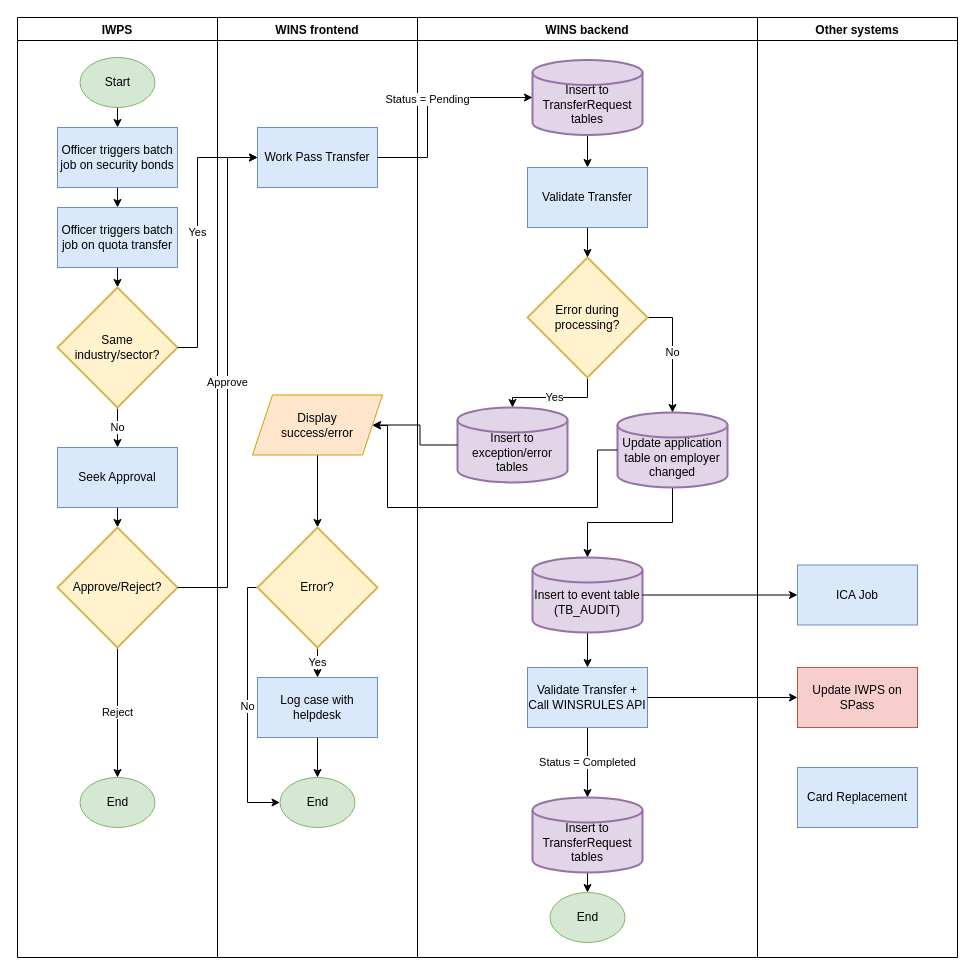
Before: main/workpasstransfer.drawio in joselynlim/drawio, a draw.io diagram. Source tidied: cells renumbered, new cells numbered last; positions are measured from the earlier drawing's top-left corner, leaving out a move shared by most shapes. Both pictures are drawn from the tidied source at 100%, with x=0, y=0 at pixel (17, 17).
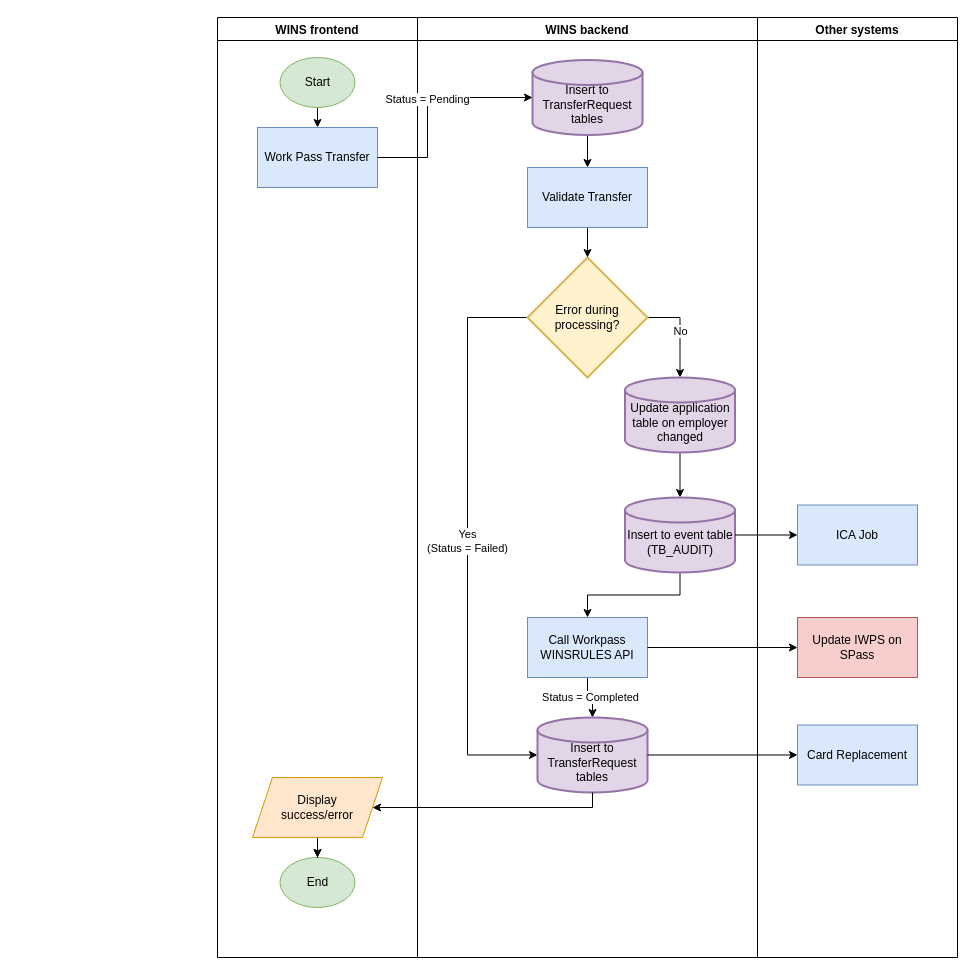
Above is the later version.

Unchanged cells that the change refers to:
```xml
<mxCell id="16" value="WINS frontend" style="swimlane;" parent="1" vertex="1">
  <mxGeometry x="200" width="200" height="940" as="geometry" />
</mxCell>
<mxCell id="17" value="Work Pass Transfer" style="rounded=0;whiteSpace=wrap;html=1;fillColor=#dae8fc;strokeColor=#6c8ebf;" parent="16" vertex="1">
  <mxGeometry x="40" y="110" width="120" height="60" as="geometry" />
</mxCell>
<mxCell id="26" value="WINS backend" style="swimlane;" parent="1" vertex="1">
  <mxGeometry x="400" width="340" height="940" as="geometry" />
</mxCell>
<mxCell id="31" value="Error during processing?" style="strokeWidth=2;html=1;shape=mxgraph.flowchart.decision;whiteSpace=wrap;fillColor=#fff2cc;strokeColor=#d6b656;" parent="26" vertex="1">
  <mxGeometry x="110" y="240" width="120" height="120" as="geometry" />
</mxCell>
<mxCell id="44" value="Other systems" style="swimlane;" parent="1" vertex="1">
  <mxGeometry x="740" width="200" height="940" as="geometry" />
</mxCell>
```

Change to the diagram source:
```diff
@@
-    <mxCell id="2" value="IWPS" style="swimlane;" parent="1" vertex="1">
-      <mxGeometry width="200" height="940" as="geometry" />
-    </mxCell>
-    <mxCell id="3" style="edgeStyle=orthogonalEdgeStyle;rounded=0;jettySize=auto;html=1;exitX=0.5;exitY=1;exitDx=0;exitDy=0;entryX=0.5;entryY=0;entryDx=0;entryDy=0;" parent="2" edge="1" source="4" target="6">
-      <mxGeometry relative="1" as="geometry" />
-    </mxCell>
-    <mxCell id="4" value="Start" style="ellipse;whiteSpace=wrap;html=1;fillColor=#d5e8d4;strokeColor=#82b366;" parent="2" vertex="1">
-      <mxGeometry x="62.5" y="40" width="75" height="50" as="geometry" />
-    </mxCell>
-    <mxCell id="5" style="edgeStyle=orthogonalEdgeStyle;rounded=0;jettySize=auto;html=1;exitX=0.5;exitY=1;exitDx=0;exitDy=0;entryX=0.5;entryY=0;entryDx=0;entryDy=0;" parent="2" edge="1" source="6" target="8">
-      <mxGeometry relative="1" as="geometry" />
-    </mxCell>
-    <mxCell id="6" value="Officer triggers batch job on security bonds" style="rounded=0;whiteSpace=wrap;html=1;fillColor=#dae8fc;strokeColor=#6c8ebf;" parent="2" vertex="1">
-      <mxGeometry x="40" y="110" width="120" height="60" as="geometry" />
-    </mxCell>
-    <mxCell id="7" style="edgeStyle=orthogonalEdgeStyle;rounded=0;jettySize=auto;html=1;exitX=0.5;exitY=1;exitDx=0;exitDy=0;entryX=0.5;entryY=0;entryDx=0;entryDy=0;entryPerimeter=0;" parent="2" edge="1" source="8" target="10">
-      <mxGeometry relative="1" as="geometry" />
-    </mxCell>
-    <mxCell id="8" value="Officer triggers batch job on quota transfer" style="rounded=0;whiteSpace=wrap;html=1;fillColor=#dae8fc;strokeColor=#6c8ebf;" parent="2" vertex="1">
-      <mxGeometry x="40" y="190" width="120" height="60" as="geometry" />
-    </mxCell>
-    <mxCell id="9" value="No" style="edgeStyle=orthogonalEdgeStyle;rounded=0;jettySize=auto;html=1;exitX=0.5;exitY=1;exitDx=0;exitDy=0;exitPerimeter=0;entryX=0.5;entryY=0;entryDx=0;entryDy=0;" parent="2" edge="1" source="10" target="12">
-      <mxGeometry relative="1" as="geometry" />
-    </mxCell>
-    <mxCell id="10" value="Same&lt;br&gt;industry/sector?" style="strokeWidth=2;html=1;shape=mxgraph.flowchart.decision;whiteSpace=wrap;fillColor=#fff2cc;strokeColor=#d6b656;" parent="2" vertex="1">
-      <mxGeometry x="40" y="270" width="120" height="120" as="geometry" />
-    </mxCell>
-    <mxCell id="11" style="edgeStyle=orthogonalEdgeStyle;rounded=0;jettySize=auto;html=1;exitX=0.5;exitY=1;exitDx=0;exitDy=0;entryX=0.5;entryY=0;entryDx=0;entryDy=0;entryPerimeter=0;" parent="2" edge="1" source="12" target="14">
-      <mxGeometry relative="1" as="geometry" />
-    </mxCell>
-    <mxCell id="12" value="Seek Approval" style="rounded=0;whiteSpace=wrap;html=1;fillColor=#dae8fc;strokeColor=#6c8ebf;" parent="2" vertex="1">
-      <mxGeometry x="40" y="430" width="120" height="60" as="geometry" />
-    </mxCell>
-    <mxCell id="13" value="Reject" style="edgeStyle=orthogonalEdgeStyle;rounded=0;jettySize=auto;html=1;exitX=0.5;exitY=1;exitDx=0;exitDy=0;exitPerimeter=0;entryX=0.5;entryY=0;entryDx=0;entryDy=0;" parent="2" edge="1" source="14" target="15">
-      <mxGeometry relative="1" as="geometry" />
-    </mxCell>
-    <mxCell id="14" value="Approve/Reject?" style="strokeWidth=2;html=1;shape=mxgraph.flowchart.decision;whiteSpace=wrap;fillColor=#fff2cc;strokeColor=#d6b656;" parent="2" vertex="1">
-      <mxGeometry x="40" y="510" width="120" height="120" as="geometry" />
-    </mxCell>
-    <mxCell id="15" value="End" style="ellipse;whiteSpace=wrap;html=1;fillColor=#d5e8d4;strokeColor=#82b366;" parent="2" vertex="1">
-      <mxGeometry x="62.5" y="760" width="75" height="50" as="geometry" />
-    </mxCell>
@@
     <mxCell id="18" value="End" style="ellipse;whiteSpace=wrap;html=1;fillColor=#d5e8d4;strokeColor=#82b366;" parent="16" vertex="1">
-      <mxGeometry x="62.5" y="760" width="75" height="50" as="geometry" />
+      <mxGeometry x="62.5" y="840" width="75" height="50" as="geometry" />
     </mxCell>
-    <mxCell id="19" style="edgeStyle=orthogonalEdgeStyle;rounded=0;jettySize=auto;html=1;exitX=0.5;exitY=1;exitDx=0;exitDy=0;entryX=0.5;entryY=0;entryDx=0;entryDy=0;entryPerimeter=0;" parent="16" edge="1" source="20" target="23">
-      <mxGeometry relative="1" as="geometry" />
-    </mxCell>
+    <mxCell id="55" style="edgeStyle=orthogonalEdgeStyle;rounded=0;jettySize=auto;html=1;" parent="16" edge="1" source="20" target="18">
+      <mxGeometry relative="1" as="geometry" />
+    </mxCell>
     <mxCell id="20" value="Display&lt;br&gt;success/error" style="shape=parallelogram;perimeter=parallelogramPerimeter;whiteSpace=wrap;html=1;fixedSize=1;fillColor=#ffe6cc;strokeColor=#d79b00;" parent="16" vertex="1">
-      <mxGeometry x="35" y="377.5" width="130" height="60" as="geometry" />
+      <mxGeometry x="35" y="760" width="130" height="60" as="geometry" />
     </mxCell>
-    <mxCell id="21" value="Yes" style="edgeStyle=orthogonalEdgeStyle;rounded=0;jettySize=auto;html=1;exitX=0.5;exitY=1;exitDx=0;exitDy=0;exitPerimeter=0;entryX=0.5;entryY=0;entryDx=0;entryDy=0;" parent="16" edge="1" source="23" target="25">
-      <mxGeometry relative="1" as="geometry" />
-    </mxCell>
-    <mxCell id="22" value="No" style="edgeStyle=orthogonalEdgeStyle;rounded=0;jettySize=auto;html=1;exitX=0;exitY=0.5;exitDx=0;exitDy=0;exitPerimeter=0;entryX=0;entryY=0.5;entryDx=0;entryDy=0;" parent="16" edge="1" source="23" target="18">
-      <mxGeometry relative="1" as="geometry">
-        <Array as="points">
-          <mxPoint x="30" y="570" />
-          <mxPoint x="30" y="785" />
-        </Array>
-      </mxGeometry>
-    </mxCell>
-    <mxCell id="23" value="Error?" style="strokeWidth=2;html=1;shape=mxgraph.flowchart.decision;whiteSpace=wrap;fillColor=#fff2cc;strokeColor=#d6b656;" parent="16" vertex="1">
-      <mxGeometry x="40" y="510" width="120" height="120" as="geometry" />
-    </mxCell>
-    <mxCell id="24" style="edgeStyle=orthogonalEdgeStyle;rounded=0;jettySize=auto;html=1;exitX=0.5;exitY=1;exitDx=0;exitDy=0;entryX=0.5;entryY=0;entryDx=0;entryDy=0;" parent="16" edge="1" source="25" target="18">
-      <mxGeometry relative="1" as="geometry" />
+    <mxCell id="24" style="edgeStyle=orthogonalEdgeStyle;rounded=0;jettySize=auto;html=1;entryX=0.5;entryY=0;entryDx=0;entryDy=0;" parent="16" edge="1" target="18">
+      <mxGeometry relative="1" as="geometry">
+        <mxPoint x="100" y="822.5" as="sourcePoint" />
+      </mxGeometry>
     </mxCell>
-    <mxCell id="25" value="Log case with helpdesk" style="rounded=0;whiteSpace=wrap;html=1;fillColor=#dae8fc;strokeColor=#6c8ebf;" parent="16" vertex="1">
-      <mxGeometry x="40" y="660" width="120" height="60" as="geometry" />
-    </mxCell>
+    <mxCell id="56" style="edgeStyle=orthogonalEdgeStyle;rounded=0;jettySize=auto;html=1;exitX=0.5;exitY=1;exitDx=0;exitDy=0;entryX=0.5;entryY=0;entryDx=0;entryDy=0;" parent="16" edge="1" source="4" target="17">
+      <mxGeometry relative="1" as="geometry" />
+    </mxCell>
+    <mxCell id="4" value="Start" style="ellipse;whiteSpace=wrap;html=1;fillColor=#d5e8d4;strokeColor=#82b366;" parent="16" vertex="1">
+      <mxGeometry x="62.5" y="40" width="75" height="50" as="geometry" />
+    </mxCell>
@@
-    <mxCell id="30" value="Yes" style="edgeStyle=orthogonalEdgeStyle;rounded=0;jettySize=auto;html=1;exitX=0.5;exitY=1;exitDx=0;exitDy=0;exitPerimeter=0;entryX=0.5;entryY=0;entryDx=0;entryDy=0;entryPerimeter=0;" parent="26" edge="1" source="31" target="32">
-      <mxGeometry relative="1" as="geometry" />
-    </mxCell>
+    <mxCell id="57" value="Yes&lt;br&gt;(Status = Failed)" style="edgeStyle=orthogonalEdgeStyle;rounded=0;jettySize=auto;html=1;exitX=0;exitY=0.5;exitDx=0;exitDy=0;exitPerimeter=0;entryX=0;entryY=0.5;entryDx=0;entryDy=0;entryPerimeter=0;" parent="26" edge="1" source="31" target="43">
+      <mxGeometry relative="1" as="geometry">
+        <Array as="points">
+          <mxPoint x="50" y="300" />
+          <mxPoint x="50" y="738" />
+        </Array>
+      </mxGeometry>
+    </mxCell>
@@
-    <mxCell id="32" value="&lt;br&gt;Insert to exception/error tables" style="strokeWidth=2;html=1;shape=mxgraph.flowchart.database;whiteSpace=wrap;fillColor=#e1d5e7;strokeColor=#9673a6;" parent="26" vertex="1">
-      <mxGeometry x="40" y="390" width="110" height="75" as="geometry" />
-    </mxCell>
@@
     <mxCell id="34" value="&lt;br&gt;Update application table on employer changed" style="strokeWidth=2;html=1;shape=mxgraph.flowchart.database;whiteSpace=wrap;fillColor=#e1d5e7;strokeColor=#9673a6;" parent="26" vertex="1">
-      <mxGeometry x="200" y="395" width="110" height="75" as="geometry" />
+      <mxGeometry x="207.5" y="360" width="110" height="75" as="geometry" />
     </mxCell>
@@
     <mxCell id="36" value="&lt;br&gt;Insert to event table (TB_AUDIT)" style="strokeWidth=2;html=1;shape=mxgraph.flowchart.database;whiteSpace=wrap;fillColor=#e1d5e7;strokeColor=#9673a6;" parent="26" vertex="1">
-      <mxGeometry x="115" y="540" width="110" height="75" as="geometry" />
+      <mxGeometry x="207.5" y="480" width="110" height="75" as="geometry" />
     </mxCell>
@@
-    <mxCell id="38" value="Validate Transfer&amp;nbsp;+ Call WINSRULES API" style="rounded=0;whiteSpace=wrap;html=1;fillColor=#dae8fc;strokeColor=#6c8ebf;" parent="26" vertex="1">
-      <mxGeometry x="110" y="650" width="120" height="60" as="geometry" />
+    <mxCell id="38" value="Call Workpass WINSRULES API" style="rounded=0;whiteSpace=wrap;html=1;fillColor=#dae8fc;strokeColor=#6c8ebf;" parent="26" vertex="1">
+      <mxGeometry x="110" y="600" width="120" height="60" as="geometry" />
     </mxCell>
-    <mxCell id="39" value="End" style="ellipse;whiteSpace=wrap;html=1;fillColor=#d5e8d4;strokeColor=#82b366;" parent="26" vertex="1">
-      <mxGeometry x="132.5" y="875" width="75" height="50" as="geometry" />
-    </mxCell>
@@
-    <mxCell id="42" style="edgeStyle=orthogonalEdgeStyle;rounded=0;jettySize=auto;html=1;exitX=0.5;exitY=1;exitDx=0;exitDy=0;exitPerimeter=0;entryX=0.5;entryY=0;entryDx=0;entryDy=0;" parent="26" edge="1" source="43" target="39">
-      <mxGeometry relative="1" as="geometry" />
-    </mxCell>
     <mxCell id="43" value="&lt;br&gt;Insert to TransferRequest tables" style="strokeWidth=2;html=1;shape=mxgraph.flowchart.database;whiteSpace=wrap;fillColor=#e1d5e7;strokeColor=#9673a6;" parent="26" vertex="1">
-      <mxGeometry x="115" y="780" width="110" height="75" as="geometry" />
+      <mxGeometry x="120" y="700" width="110" height="75" as="geometry" />
     </mxCell>
@@
     <mxCell id="45" value="ICA Job" style="rounded=0;whiteSpace=wrap;html=1;fillColor=#dae8fc;strokeColor=#6c8ebf;" parent="44" vertex="1">
-      <mxGeometry x="40" y="547.5" width="120" height="60" as="geometry" />
+      <mxGeometry x="40" y="487.5" width="120" height="60" as="geometry" />
     </mxCell>
     <mxCell id="46" value="Update IWPS on SPass" style="rounded=0;whiteSpace=wrap;html=1;fillColor=#f8cecc;strokeColor=#b85450;" parent="44" vertex="1">
-      <mxGeometry x="40" y="650" width="120" height="60" as="geometry" />
+      <mxGeometry x="40" y="600" width="120" height="60" as="geometry" />
     </mxCell>
     <mxCell id="47" value="Card Replacement" style="rounded=0;whiteSpace=wrap;html=1;fillColor=#dae8fc;strokeColor=#6c8ebf;" parent="44" vertex="1">
-      <mxGeometry x="40" y="750" width="120" height="60" as="geometry" />
+      <mxGeometry x="40" y="707.5" width="120" height="60" as="geometry" />
     </mxCell>
@@
-    <mxCell id="49" value="Approve" style="edgeStyle=orthogonalEdgeStyle;rounded=0;jettySize=auto;html=1;exitX=1;exitY=0.5;exitDx=0;exitDy=0;exitPerimeter=0;entryX=0;entryY=0.5;entryDx=0;entryDy=0;" parent="1" edge="1" source="14" target="17">
-      <mxGeometry relative="1" as="geometry">
-        <Array as="points">
-          <mxPoint x="210" y="570" />
-          <mxPoint x="210" y="140" />
-        </Array>
-      </mxGeometry>
-    </mxCell>
-    <mxCell id="50" value="Yes" style="edgeStyle=orthogonalEdgeStyle;rounded=0;jettySize=auto;html=1;exitX=1;exitY=0.5;exitDx=0;exitDy=0;exitPerimeter=0;entryX=0;entryY=0.5;entryDx=0;entryDy=0;" parent="1" edge="1" source="10" target="17">
-      <mxGeometry relative="1" as="geometry">
-        <Array as="points">
-          <mxPoint x="180" y="330" />
-          <mxPoint x="180" y="140" />
-        </Array>
-      </mxGeometry>
-    </mxCell>
@@
-    <mxCell id="52" style="edgeStyle=orthogonalEdgeStyle;rounded=0;jettySize=auto;html=1;exitX=0;exitY=0.5;exitDx=0;exitDy=0;exitPerimeter=0;entryX=1;entryY=0.5;entryDx=0;entryDy=0;" parent="1" edge="1" source="32" target="20">
-      <mxGeometry relative="1" as="geometry" />
-    </mxCell>
-    <mxCell id="53" style="edgeStyle=orthogonalEdgeStyle;rounded=0;jettySize=auto;html=1;exitX=0;exitY=0.5;exitDx=0;exitDy=0;exitPerimeter=0;" parent="1" edge="1" source="34">
-      <mxGeometry relative="1" as="geometry">
-        <mxPoint x="355" y="408" as="targetPoint" />
-        <Array as="points">
-          <mxPoint x="580" y="433" />
-          <mxPoint x="580" y="490" />
-          <mxPoint x="370" y="490" />
-          <mxPoint x="370" y="408" />
-        </Array>
-      </mxGeometry>
-    </mxCell>
@@
+    <mxCell id="58" style="edgeStyle=orthogonalEdgeStyle;rounded=0;jettySize=auto;html=1;exitX=1;exitY=0.5;exitDx=0;exitDy=0;exitPerimeter=0;entryX=0;entryY=0.5;entryDx=0;entryDy=0;" parent="1" edge="1" source="43" target="47">
+      <mxGeometry relative="1" as="geometry" />
+    </mxCell>
+    <mxCell id="59" style="edgeStyle=orthogonalEdgeStyle;rounded=0;jettySize=auto;html=1;exitX=0.5;exitY=1;exitDx=0;exitDy=0;exitPerimeter=0;entryX=1;entryY=0.5;entryDx=0;entryDy=0;" parent="1" edge="1" source="43" target="20">
+      <mxGeometry relative="1" as="geometry">
+        <Array as="points">
+          <mxPoint x="575" y="790" />
+        </Array>
+      </mxGeometry>
+    </mxCell>
```
